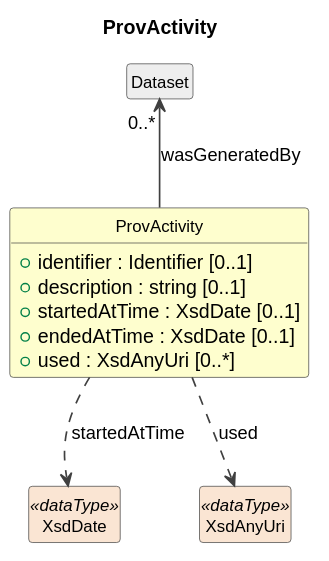
This is cdif-uml-model/CDIFCore/Classes/ProvActivity.svg from Cross-Domain-Interoperability-Framework/metadataBuildingBlocks, a PlantUML export, as it was before one commit. Source of this version:
```plantuml
@startuml
title ProvActivity
hide circle
hide empty members
skinparam shadowing false
skinparam ArrowThickness 1.2
skinparam class {
  ArrowColor #404040
  BorderColor #404040
  FontSize 12
}

class "ProvActivity" as ProvActivity #FEFECE {
  +identifier : Identifier [0..1]
  +description : string [0..1]
  +startedAtTime : XsdDate [0..1]
  +endedAtTime : XsdDate [0..1]
  +used : XsdAnyUri [0..*]
}
class "Dataset" as Dataset #EEEEEE
Dataset "0..*" <-- ProvActivity : wasGeneratedBy
class "XsdDate" as XsdDate <<dataType>> #FAE5D3
ProvActivity ..> XsdDate : startedAtTime
class "XsdAnyUri" as XsdAnyUri <<dataType>> #FAE5D3
ProvActivity ..> XsdAnyUri : used
@enduml
```
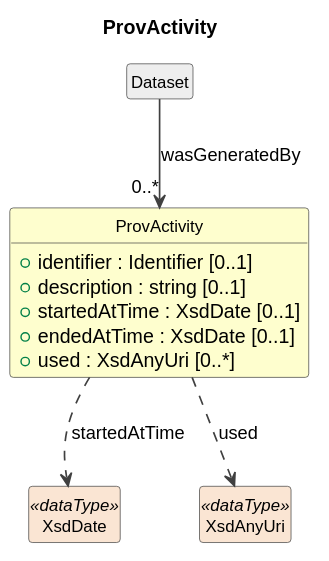
After the commit.

What changed in the source:
```diff
@@ -18,7 +18,7 @@
   +used : XsdAnyUri [0..*]
 }
 class "Dataset" as Dataset #EEEEEE
-Dataset "0..*" <-- ProvActivity : wasGeneratedBy
+Dataset --> "0..*" ProvActivity : wasGeneratedBy
 class "XsdDate" as XsdDate <<dataType>> #FAE5D3
 ProvActivity ..> XsdDate : startedAtTime
 class "XsdAnyUri" as XsdAnyUri <<dataType>> #FAE5D3
```
